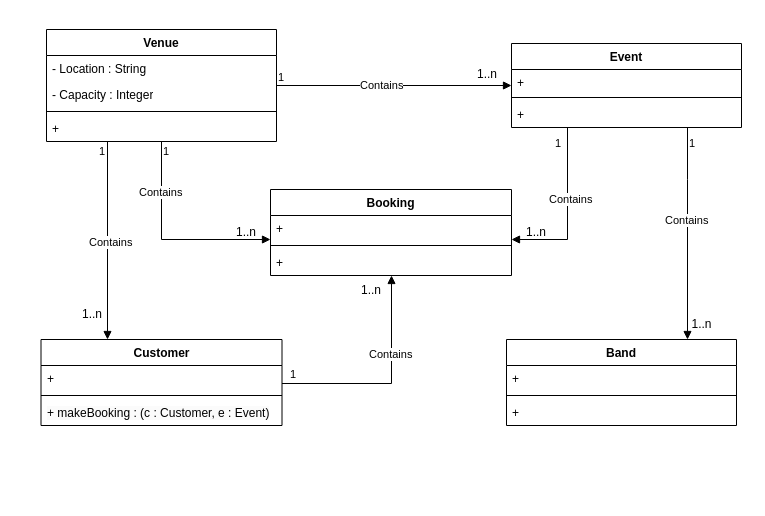
The draw.io diagram MusicVenueClassDiagram.drawio in olliegroth/Object-Oriented-Design-And-Development, before the edit. Source tidied: cells renumbered, new cells numbered last; positions are measured from the earlier drawing's top-left corner, leaving out a move shared by most shapes. Both pictures are drawn from the tidied source at 100%, with x=0, y=0 at pixel (41, 29).
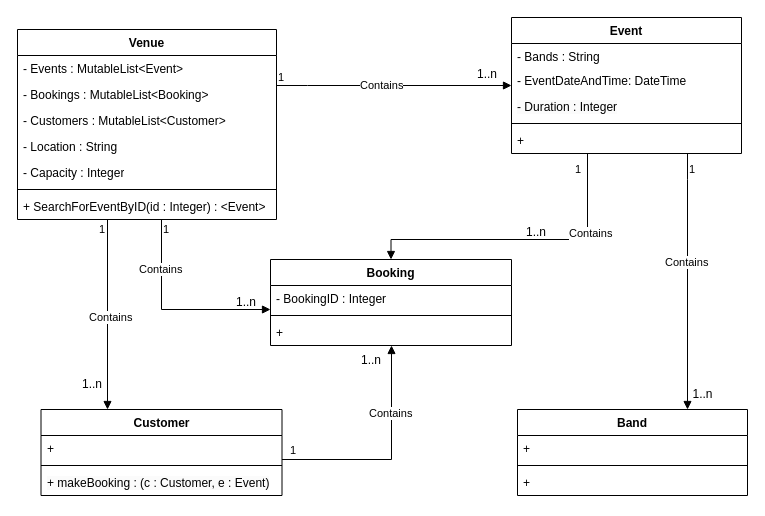
After the change.

Change to the diagram source:
```diff
@@
     <mxCell id="2" value="Venue" style="swimlane;fontStyle=1;align=center;verticalAlign=top;horizontal=1;startSize=26;whiteSpace=wrap;html=1;" parent="1" vertex="1">
-      <mxGeometry x="5" width="230" height="112" as="geometry" />
+      <mxGeometry x="-24" width="259" height="190" as="geometry" />
     </mxCell>
+    <mxCell id="41" value="- Events : MutableList&amp;lt;Event&amp;gt;" style="text;strokeColor=none;fillColor=none;align=left;verticalAlign=top;spacingLeft=4;spacingRight=4;overflow=hidden;whiteSpace=wrap;html=1;" parent="2" vertex="1">
+      <mxGeometry y="26" width="259" height="26" as="geometry" />
+    </mxCell>
+    <mxCell id="42" value="- Bookings : MutableList&amp;lt;Booking&amp;gt;" style="text;strokeColor=none;fillColor=none;align=left;verticalAlign=top;spacingLeft=4;spacingRight=4;overflow=hidden;whiteSpace=wrap;html=1;" parent="2" vertex="1">
+      <mxGeometry y="52" width="259" height="26" as="geometry" />
+    </mxCell>
+    <mxCell id="43" value="- Customers : MutableList&amp;lt;Customer&amp;gt;" style="text;strokeColor=none;fillColor=none;align=left;verticalAlign=top;spacingLeft=4;spacingRight=4;overflow=hidden;whiteSpace=wrap;html=1;" parent="2" vertex="1">
+      <mxGeometry y="78" width="259" height="26" as="geometry" />
+    </mxCell>
     <mxCell id="3" value="- Location : String" style="text;strokeColor=none;fillColor=none;align=left;verticalAlign=top;spacingLeft=4;spacingRight=4;overflow=hidden;whiteSpace=wrap;html=1;" parent="2" vertex="1">
-      <mxGeometry y="26" width="230" height="26" as="geometry" />
+      <mxGeometry y="104" width="259" height="26" as="geometry" />
     </mxCell>
     <mxCell id="4" value="- Capacity : Integer" style="text;strokeColor=none;fillColor=none;align=left;verticalAlign=top;spacingLeft=4;spacingRight=4;overflow=hidden;whiteSpace=wrap;html=1;" parent="2" vertex="1">
-      <mxGeometry y="52" width="230" height="26" as="geometry" />
+      <mxGeometry y="130" width="259" height="26" as="geometry" />
     </mxCell>
     <mxCell id="5" style="line;strokeWidth=1;fillColor=none;align=left;verticalAlign=middle;spacingTop=-1;spacingLeft=3;spacingRight=3;labelPosition=right;strokeColor=inherit;" parent="2" vertex="1">
-      <mxGeometry y="78" width="230" height="8" as="geometry" />
+      <mxGeometry y="156" width="259" height="8" as="geometry" />
     </mxCell>
-    <mxCell id="6" value="+" style="text;strokeColor=none;fillColor=none;align=left;verticalAlign=top;spacingLeft=4;spacingRight=4;overflow=hidden;whiteSpace=wrap;html=1;" parent="2" vertex="1">
-      <mxGeometry y="86" width="230" height="26" as="geometry" />
+    <mxCell id="6" value="+ SearchForEventByID(id : Integer) : &amp;lt;Event&amp;gt;" style="text;strokeColor=none;fillColor=none;align=left;verticalAlign=top;spacingLeft=4;spacingRight=4;overflow=hidden;whiteSpace=wrap;html=1;" parent="2" vertex="1">
+      <mxGeometry y="164" width="259" height="26" as="geometry" />
     </mxCell>
     <mxCell id="7" value="Event" style="swimlane;fontStyle=1;align=center;verticalAlign=top;horizontal=1;startSize=26;whiteSpace=wrap;html=1;" parent="1" vertex="1">
-      <mxGeometry x="470" y="14" width="230" height="84" as="geometry" />
+      <mxGeometry x="470" y="-12" width="230" height="136" as="geometry" />
     </mxCell>
-    <mxCell id="8" value="+" style="text;strokeColor=none;fillColor=none;align=left;verticalAlign=top;spacingLeft=4;spacingRight=4;overflow=hidden;whiteSpace=wrap;html=1;" parent="7" vertex="1">
+    <mxCell id="8" value="- Bands : String" style="text;strokeColor=none;fillColor=none;align=left;verticalAlign=top;spacingLeft=4;spacingRight=4;overflow=hidden;whiteSpace=wrap;html=1;" parent="7" vertex="1">
       <mxGeometry y="26" width="230" height="24" as="geometry" />
     </mxCell>
+    <mxCell id="44" value="- EventDateAndTime: DateTime" style="text;strokeColor=none;fillColor=none;align=left;verticalAlign=top;spacingLeft=4;spacingRight=4;overflow=hidden;whiteSpace=wrap;html=1;" parent="7" vertex="1">
+      <mxGeometry y="50" width="230" height="26" as="geometry" />
+    </mxCell>
+    <mxCell id="45" value="&lt;span style=&quot;color: rgb(0, 0, 0); font-family: Helvetica; font-size: 12px; font-style: normal; font-variant-ligatures: normal; font-variant-caps: normal; font-weight: 400; letter-spacing: normal; orphans: 2; text-align: left; text-indent: 0px; text-transform: none; widows: 2; word-spacing: 0px; -webkit-text-stroke-width: 0px; white-space: normal; background-color: rgb(251, 251, 251); text-decoration-thickness: initial; text-decoration-style: initial; text-decoration-color: initial; display: inline !important; float: none;&quot;&gt;- Duration : Integer&lt;/span&gt;" style="text;strokeColor=none;fillColor=none;align=left;verticalAlign=top;spacingLeft=4;spacingRight=4;overflow=hidden;whiteSpace=wrap;html=1;" parent="7" vertex="1">
+      <mxGeometry y="76" width="230" height="26" as="geometry" />
+    </mxCell>
     <mxCell id="9" style="line;strokeWidth=1;fillColor=none;align=left;verticalAlign=middle;spacingTop=-1;spacingLeft=3;spacingRight=3;labelPosition=right;strokeColor=inherit;" parent="7" vertex="1">
-      <mxGeometry y="50" width="230" height="8" as="geometry" />
+      <mxGeometry y="102" width="230" height="8" as="geometry" />
     </mxCell>
     <mxCell id="10" value="+" style="text;strokeColor=none;fillColor=none;align=left;verticalAlign=top;spacingLeft=4;spacingRight=4;overflow=hidden;whiteSpace=wrap;html=1;" parent="7" vertex="1">
-      <mxGeometry y="58" width="230" height="26" as="geometry" />
+      <mxGeometry y="110" width="230" height="26" as="geometry" />
     </mxCell>
     <mxCell id="11" value="Customer" style="swimlane;fontStyle=1;align=center;verticalAlign=top;horizontal=1;startSize=26;whiteSpace=wrap;html=1;" parent="1" vertex="1">
-      <mxGeometry x="-0.5" y="310" width="241" height="86" as="geometry" />
+      <mxGeometry x="-0.5" y="380" width="241" height="86" as="geometry" />
     </mxCell>
@@
     <mxCell id="15" value="Booking" style="swimlane;fontStyle=1;align=center;verticalAlign=top;horizontal=1;startSize=26;whiteSpace=wrap;html=1;" parent="1" vertex="1">
-      <mxGeometry x="229" y="160" width="241" height="86" as="geometry" />
+      <mxGeometry x="229" y="230" width="241" height="86" as="geometry" />
     </mxCell>
-    <mxCell id="16" value="+" style="text;strokeColor=none;fillColor=none;align=left;verticalAlign=top;spacingLeft=4;spacingRight=4;overflow=hidden;whiteSpace=wrap;html=1;" parent="15" vertex="1">
+    <mxCell id="16" value="- BookingID : Integer" style="text;strokeColor=none;fillColor=none;align=left;verticalAlign=top;spacingLeft=4;spacingRight=4;overflow=hidden;whiteSpace=wrap;html=1;" parent="15" vertex="1">
       <mxGeometry y="26" width="241" height="26" as="geometry" />
     </mxCell>
@@
     <mxCell id="19" value="Band" style="swimlane;fontStyle=1;align=center;verticalAlign=top;horizontal=1;startSize=26;whiteSpace=wrap;html=1;" parent="1" vertex="1">
-      <mxGeometry x="465" y="310" width="230" height="86" as="geometry" />
+      <mxGeometry x="476" y="380" width="230" height="86" as="geometry" />
     </mxCell>
@@
     <mxCell id="23" value="Contains" style="endArrow=block;endFill=1;html=1;edgeStyle=orthogonalEdgeStyle;align=left;verticalAlign=top;rounded=0;" parent="1" edge="1" source="2" target="7">
-      <mxGeometry x="-0.3" y="13" relative="1" as="geometry" />
+      <mxGeometry x="-0.3" y="13" relative="1" as="geometry">
+        <Array as="points">
+          <mxPoint x="266" y="56" />
+          <mxPoint x="266" y="56" />
+        </Array>
+      </mxGeometry>
     </mxCell>
@@
     <mxCell id="28" value="1..n" style="text;strokeColor=none;align=center;fillColor=none;html=1;verticalAlign=middle;whiteSpace=wrap;rounded=0;" parent="1" vertex="1">
-      <mxGeometry x="635" y="280" width="51" height="30" as="geometry" />
+      <mxGeometry x="636" y="350" width="51" height="30" as="geometry" />
     </mxCell>
     <mxCell id="29" value="Contains" style="endArrow=block;endFill=1;html=1;edgeStyle=orthogonalEdgeStyle;align=left;verticalAlign=top;rounded=0;" parent="1" edge="1" source="7" target="15">
-      <mxGeometry x="-0.3" y="-20" relative="1" as="geometry">
+      <mxGeometry x="-0.56" y="-20" relative="1" as="geometry">
         <Array as="points">
-          <mxPoint x="526" y="210" />
+          <mxPoint x="546" y="210" />
         </Array>
       </mxGeometry>
     </mxCell>
@@
     <mxCell id="32" value="Contains" style="endArrow=block;endFill=1;html=1;edgeStyle=orthogonalEdgeStyle;align=left;verticalAlign=top;rounded=0;" parent="1" edge="1" source="11" target="15">
-      <mxGeometry x="0.41" y="24" relative="1" as="geometry">
+      <mxGeometry x="0.52" y="24" relative="1" as="geometry">
         <Array as="points">
-          <mxPoint x="350" y="354" />
+          <mxPoint x="350" y="430" />
         </Array>
         <mxPoint y="1" as="offset" />
       </mxGeometry>
     </mxCell>
@@
     <mxCell id="34" value="1..n" style="text;strokeColor=none;align=center;fillColor=none;html=1;verticalAlign=middle;whiteSpace=wrap;rounded=0;" parent="1" vertex="1">
-      <mxGeometry x="310" y="246" width="40" height="30" as="geometry" />
+      <mxGeometry x="310" y="316" width="40" height="30" as="geometry" />
     </mxCell>
     <mxCell id="35" value="Contains" style="endArrow=block;endFill=1;html=1;edgeStyle=orthogonalEdgeStyle;align=left;verticalAlign=top;rounded=0;" parent="1" edge="1" source="2" target="15">
       <mxGeometry x="-0.63" y="-24" relative="1" as="geometry">
         <Array as="points">
-          <mxPoint x="120" y="210" />
+          <mxPoint x="120" y="280" />
         </Array>
       </mxGeometry>
     </mxCell>
@@
     <mxCell id="37" value="1..n" style="text;strokeColor=none;align=center;fillColor=none;html=1;verticalAlign=middle;whiteSpace=wrap;rounded=0;" parent="1" vertex="1">
-      <mxGeometry x="175" y="188" width="60" height="30" as="geometry" />
+      <mxGeometry x="175" y="258" width="60" height="30" as="geometry" />
     </mxCell>
-    <mxCell id="38" value="Contains" style="endArrow=block;endFill=1;html=1;edgeStyle=orthogonalEdgeStyle;align=left;verticalAlign=top;rounded=0;" parent="1" edge="1" source="2" target="11">
+    <mxCell id="38" value="Contains" style="endArrow=block;endFill=1;html=1;edgeStyle=orthogonalEdgeStyle;align=left;verticalAlign=top;rounded=0;" parent="1" edge="1">
       <mxGeometry x="-0.11" y="-20" relative="1" as="geometry">
-        <Array as="points">
-          <mxPoint x="66" y="210" />
-          <mxPoint x="66" y="210" />
-        </Array>
+        <mxPoint x="66" y="190" as="sourcePoint" />
+        <mxPoint x="66" y="380" as="targetPoint" />
       </mxGeometry>
     </mxCell>
@@
     <mxCell id="40" value="1..n" style="text;strokeColor=none;align=center;fillColor=none;html=1;verticalAlign=middle;whiteSpace=wrap;rounded=0;" parent="1" vertex="1">
-      <mxGeometry x="36" y="270" width="30" height="30" as="geometry" />
+      <mxGeometry x="36" y="340" width="30" height="30" as="geometry" />
     </mxCell>
```
